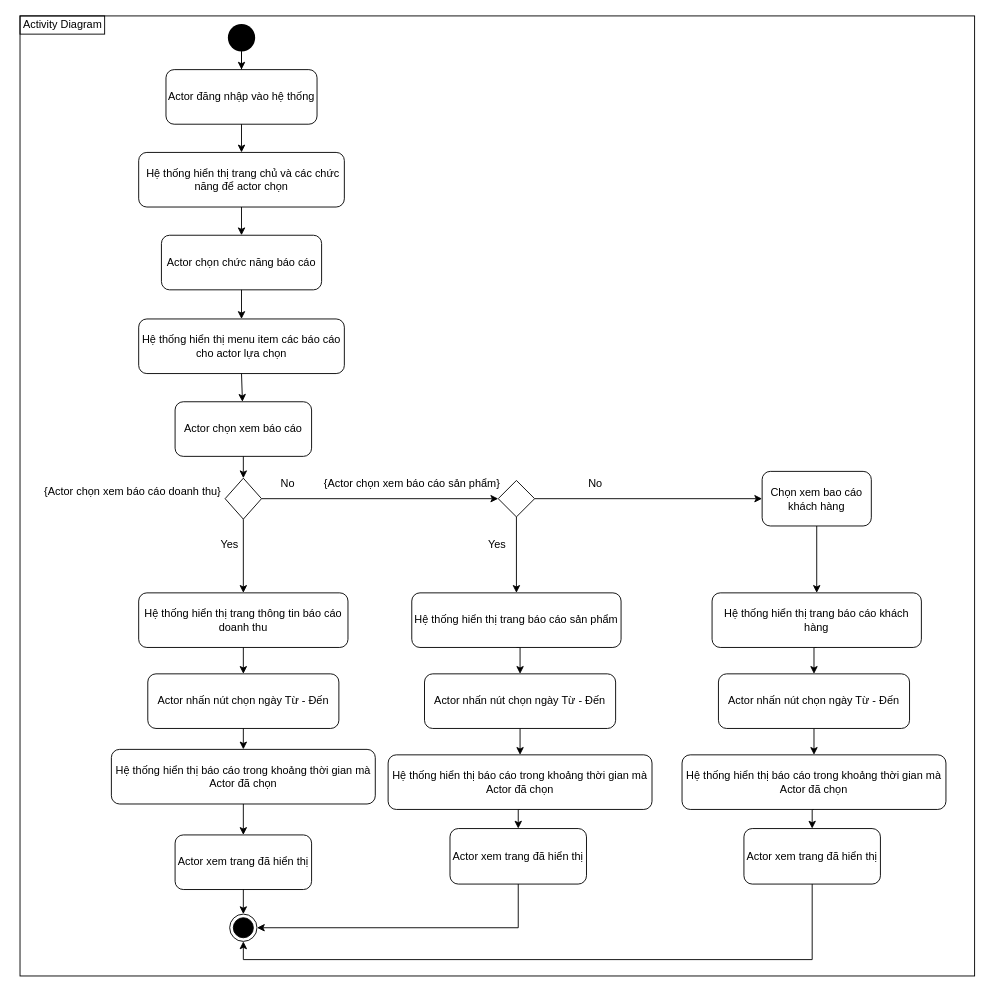
Above: Thiết kế/Activity/Báo cáo.drawio in CNPM-Team-1/CNPM (draw.io), before the change. Source tidied: cells renumbered, new cells numbered last; positions are measured from the earlier drawing's top-left corner, leaving out a move shared by most shapes. Both pictures are drawn from the tidied source at 91%, with x=0, y=0 at pixel (20, 15).
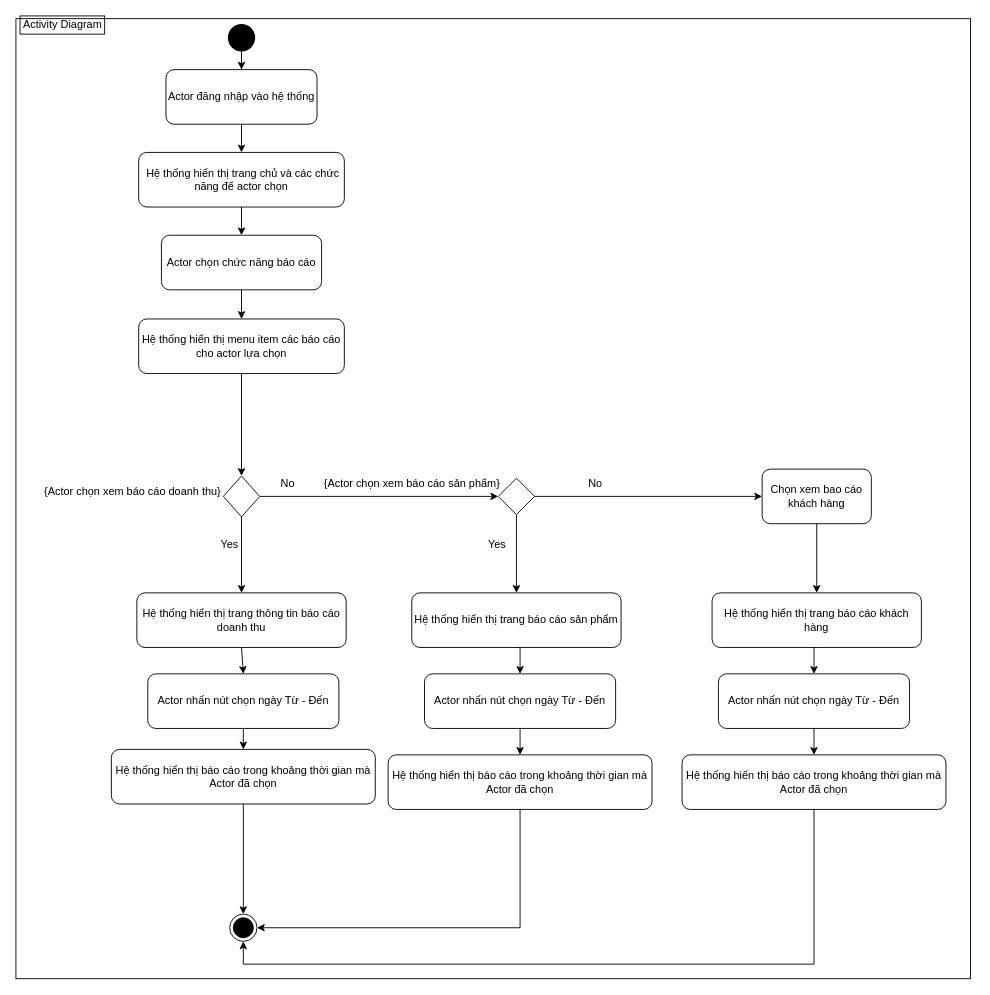
After the change.

The change refers to these unchanged cells:
```xml
<mxCell id="5" style="ellipse;html=1;shape=endState;fillColor=#000000;strokeColor=#000000;" parent="1" vertex="1">
  <mxGeometry x="229.9" y="987" width="30" height="30" as="geometry" />
</mxCell>
<mxCell id="9" value="Hệ thống hiển thị menu item các báo cáo cho actor lựa chọn" style="rounded=1;whiteSpace=wrap;html=1;" parent="1" vertex="1">
  <mxGeometry x="129.9" y="333" width="226" height="60" as="geometry" />
</mxCell>
<mxCell id="28" value="Hệ thống hiển thị báo cáo trong khoảng thời gian mà Actor đã chọn" style="rounded=1;whiteSpace=wrap;html=1;" parent="1" vertex="1">
  <mxGeometry x="99.9" y="806" width="290" height="60" as="geometry" />
</mxCell>
<mxCell id="42" value="Hệ thống hiển thị báo cáo trong khoảng thời gian mà Actor đã chọn" style="rounded=1;whiteSpace=wrap;html=1;" parent="1" vertex="1">
  <mxGeometry x="404" y="812" width="290" height="60" as="geometry" />
</mxCell>
<mxCell id="51" value="Hệ thống hiển thị báo cáo trong khoảng thời gian mà Actor đã chọn" style="rounded=1;whiteSpace=wrap;html=1;" parent="1" vertex="1">
  <mxGeometry x="727" y="812" width="290" height="60" as="geometry" />
</mxCell>
```

Change to the diagram source:
```diff
@@
     <mxCell id="2" style="rounded=0;whiteSpace=wrap;html=1;fillColor=none;" parent="1" vertex="1">
-      <mxGeometry x="-0.5" width="1049" height="1055" as="geometry" />
+      <mxGeometry x="-5" y="3" width="1049" height="1055" as="geometry" />
     </mxCell>
@@
+    <mxCell id="55" style="edgeStyle=orthogonalEdgeStyle;rounded=0;jettySize=auto;html=1;entryX=0.5;entryY=0;entryDx=0;entryDy=0;" parent="1" edge="1" source="9" target="13">
+      <mxGeometry relative="1" as="geometry" />
+    </mxCell>
@@
-    <mxCell id="10" value="Actor chọn xem báo cáo" style="rounded=1;whiteSpace=wrap;html=1;" parent="1" vertex="1">
-      <mxGeometry x="169.9" y="424" width="150" height="60" as="geometry" />
-    </mxCell>
@@
     <mxCell id="13" style="rhombus;whiteSpace=wrap;html=1;" parent="1" vertex="1">
-      <mxGeometry x="224.9" y="508" width="40" height="45" as="geometry" />
+      <mxGeometry x="222.9" y="505.5" width="40" height="45" as="geometry" />
     </mxCell>
@@
     <mxCell id="16" style="rhombus;whiteSpace=wrap;html=1;" parent="1" vertex="1">
-      <mxGeometry x="525" y="510.5" width="40" height="40" as="geometry" />
+      <mxGeometry x="525" y="508" width="40" height="40" as="geometry" />
     </mxCell>
@@
     <mxCell id="18" value="Chọn xem bao cáo khách hàng" style="rounded=1;whiteSpace=wrap;html=1;" parent="1" vertex="1">
-      <mxGeometry x="815" y="500.5" width="120" height="60" as="geometry" />
+      <mxGeometry x="815" y="498" width="120" height="60" as="geometry" />
     </mxCell>
@@
-    <mxCell id="22" style="endArrow=classic;html=1;exitX=0.5;exitY=1;exitDx=0;exitDy=0;" parent="1" edge="1" source="9" target="10">
-      <mxGeometry relative="1" as="geometry" />
-    </mxCell>
-    <mxCell id="23" style="endArrow=classic;html=1;exitX=0.5;exitY=1;exitDx=0;exitDy=0;entryX=0.5;entryY=0;entryDx=0;entryDy=0;" parent="1" edge="1" source="10" target="13">
-      <mxGeometry relative="1" as="geometry" />
-    </mxCell>
     <mxCell id="24" value="Hệ thống hiển thị trang thông tin báo cáo doanh thu" style="rounded=1;whiteSpace=wrap;html=1;" parent="1" vertex="1">
-      <mxGeometry x="129.9" y="634" width="230" height="60" as="geometry" />
+      <mxGeometry x="127.9" y="634" width="230" height="60" as="geometry" />
     </mxCell>
-    <mxCell id="25" value="Actor xem trang đã hiển thị" style="rounded=1;whiteSpace=wrap;html=1;" parent="1" vertex="1">
-      <mxGeometry x="169.9" y="900" width="150" height="60" as="geometry" />
-    </mxCell>
@@
+    <mxCell id="56" style="edgeStyle=orthogonalEdgeStyle;rounded=0;jettySize=auto;html=1;" parent="1" edge="1" source="28" target="5">
+      <mxGeometry relative="1" as="geometry" />
+    </mxCell>
@@
-    <mxCell id="31" style="endArrow=classic;html=1;exitX=0.5;exitY=1;exitDx=0;exitDy=0;entryX=0.5;entryY=0;entryDx=0;entryDy=0;" parent="1" edge="1" source="28" target="25">
-      <mxGeometry relative="1" as="geometry" />
-    </mxCell>
-    <mxCell id="32" style="endArrow=classic;html=1;exitX=0.5;exitY=1;exitDx=0;exitDy=0;entryX=0.5;entryY=0;entryDx=0;entryDy=0;" parent="1" edge="1" source="25" target="5">
-      <mxGeometry relative="1" as="geometry" />
-    </mxCell>
@@
-    <mxCell id="37" style="edgeStyle=orthogonalEdgeStyle;rounded=0;jettySize=auto;html=1;exitX=0.5;exitY=1;exitDx=0;exitDy=0;entryX=1;entryY=0.5;entryDx=0;entryDy=0;" parent="1" edge="1" source="38" target="5">
-      <mxGeometry relative="1" as="geometry" />
-    </mxCell>
-    <mxCell id="38" value="Actor xem trang đã hiển thị" style="rounded=1;whiteSpace=wrap;html=1;" parent="1" vertex="1">
-      <mxGeometry x="472" y="893" width="150" height="61" as="geometry" />
-    </mxCell>
@@
-    <mxCell id="41" style="edgeStyle=orthogonalEdgeStyle;rounded=0;jettySize=auto;html=1;exitX=0.5;exitY=1;exitDx=0;exitDy=0;entryX=0.5;entryY=0;entryDx=0;entryDy=0;" parent="1" edge="1" source="42" target="38">
-      <mxGeometry relative="1" as="geometry" />
-    </mxCell>
+    <mxCell id="57" style="edgeStyle=orthogonalEdgeStyle;rounded=0;jettySize=auto;html=1;entryX=1;entryY=0.5;entryDx=0;entryDy=0;" parent="1" edge="1" source="42" target="5">
+      <mxGeometry relative="1" as="geometry">
+        <Array as="points">
+          <mxPoint x="549" y="1002" />
+        </Array>
+      </mxGeometry>
+    </mxCell>
@@
-    <mxCell id="46" style="edgeStyle=orthogonalEdgeStyle;rounded=0;jettySize=auto;html=1;exitX=0.5;exitY=1;exitDx=0;exitDy=0;entryX=0.5;entryY=1;entryDx=0;entryDy=0;" parent="1" edge="1" source="47" target="5">
-      <mxGeometry relative="1" as="geometry" />
-    </mxCell>
-    <mxCell id="47" value="Actor xem trang đã hiển thị" style="rounded=1;whiteSpace=wrap;html=1;" parent="1" vertex="1">
-      <mxGeometry x="795" y="893" width="150" height="61" as="geometry" />
-    </mxCell>
@@
-    <mxCell id="50" style="edgeStyle=orthogonalEdgeStyle;rounded=0;jettySize=auto;html=1;exitX=0.5;exitY=1;exitDx=0;exitDy=0;entryX=0.5;entryY=0;entryDx=0;entryDy=0;" parent="1" edge="1" source="51" target="47">
-      <mxGeometry relative="1" as="geometry" />
-    </mxCell>
+    <mxCell id="58" style="edgeStyle=orthogonalEdgeStyle;rounded=0;jettySize=auto;html=1;entryX=0.5;entryY=1;entryDx=0;entryDy=0;" parent="1" edge="1" source="51" target="5">
+      <mxGeometry relative="1" as="geometry">
+        <Array as="points">
+          <mxPoint x="872" y="1042" />
+          <mxPoint x="245" y="1042" />
+        </Array>
+      </mxGeometry>
+    </mxCell>
```
